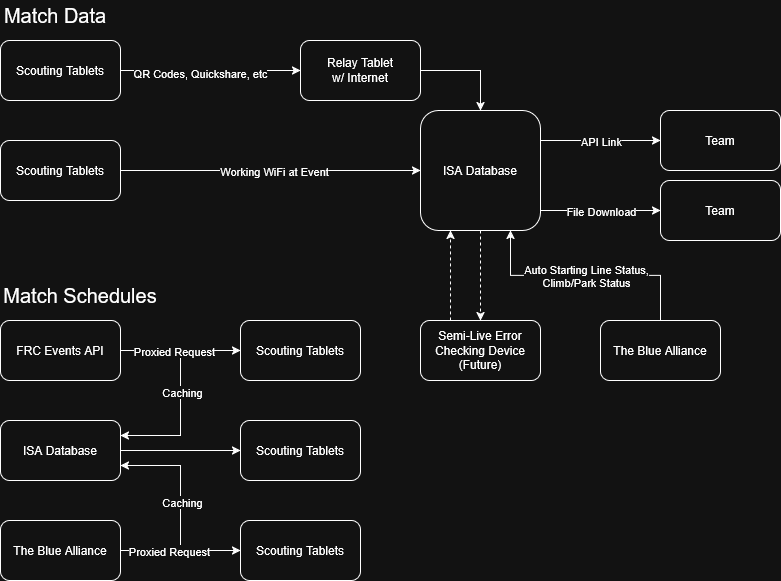
This is DataFlow.png from liujip0/scouting, a draw.io export, as it was before one commit. Source tidied: cells renumbered, new cells last; positions are measured from the earlier drawing's top-left corner, leaving out a move shared by most shapes.
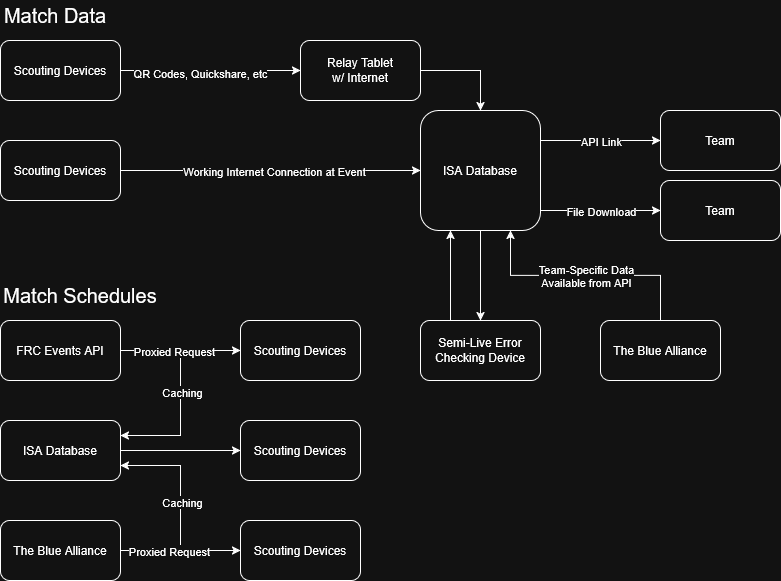
After the change.

Commit message:
update data flow graphic

The edit, as a diff of the source:
```diff
@@ -8,16 +8,16 @@
     <mxCell id="3" value="QR Codes, Quickshare, etc" style="edgeLabel;html=1;align=center;verticalAlign=middle;" parent="2" vertex="1">
       <mxGeometry x="-0.12" y="-2" relative="1" as="geometry" />
     </mxCell>
-    <mxCell id="4" value="Scouting Tablets" style="rounded=1;whiteSpace=wrap;html=1;" parent="1" vertex="1">
+    <mxCell id="4" value="Scouting Devices" style="rounded=1;whiteSpace=wrap;html=1;" parent="1" vertex="1">
       <mxGeometry y="40" width="120" height="60" as="geometry" />
     </mxCell>
     <mxCell id="5" style="rounded=0;jettySize=auto;html=1;entryX=0;entryY=0.5;entryDx=0;entryDy=0;" parent="1" edge="1" source="7" target="13">
       <mxGeometry relative="1" as="geometry" />
     </mxCell>
-    <mxCell id="6" value="Working WiFi at Event" style="edgeLabel;html=1;align=center;verticalAlign=middle;" parent="5" vertex="1">
+    <mxCell id="6" value="Working Internet Connection at Event" style="edgeLabel;html=1;align=center;verticalAlign=middle;" parent="5" vertex="1">
       <mxGeometry x="0.02" relative="1" as="geometry" />
     </mxCell>
-    <mxCell id="7" value="Scouting Tablets" style="rounded=1;whiteSpace=wrap;html=1;" parent="1" vertex="1">
+    <mxCell id="7" value="Scouting&amp;nbsp;Devices" style="rounded=1;whiteSpace=wrap;html=1;" parent="1" vertex="1">
       <mxGeometry y="140" width="120" height="60" as="geometry" />
     </mxCell>
     <mxCell id="8" style="edgeStyle=orthogonalEdgeStyle;rounded=0;jettySize=auto;html=1;entryX=0;entryY=0.5;entryDx=0;entryDy=0;" parent="1" edge="1" source="13" target="16">
@@ -42,7 +42,7 @@
     <mxCell id="11" value="File Download" style="edgeLabel;html=1;align=center;verticalAlign=middle;" parent="10" vertex="1">
       <mxGeometry relative="1" as="geometry" />
     </mxCell>
-    <mxCell id="12" style="edgeStyle=orthogonalEdgeStyle;rounded=0;jettySize=auto;html=1;exitX=0.5;exitY=1;exitDx=0;exitDy=0;entryX=0.5;entryY=0;entryDx=0;entryDy=0;dashed=1;" parent="1" edge="1" source="13" target="36">
+    <mxCell id="12" style="edgeStyle=orthogonalEdgeStyle;rounded=0;jettySize=auto;html=1;exitX=0.5;exitY=1;exitDx=0;exitDy=0;entryX=0.5;entryY=0;entryDx=0;entryDy=0;" parent="1" edge="1" source="13" target="36">
       <mxGeometry relative="1" as="geometry" />
     </mxCell>
     <mxCell id="13" value="ISA Database" style="rounded=1;whiteSpace=wrap;html=1;" parent="1" vertex="1">
@@ -118,25 +118,25 @@
     <mxCell id="31" value="ISA Database" style="rounded=1;whiteSpace=wrap;html=1;" parent="1" vertex="1">
       <mxGeometry y="420" width="120" height="60" as="geometry" />
     </mxCell>
-    <mxCell id="32" value="Scouting Tablets" style="rounded=1;whiteSpace=wrap;html=1;" parent="1" vertex="1">
+    <mxCell id="32" value="Scouting&amp;nbsp;Devices" style="rounded=1;whiteSpace=wrap;html=1;" parent="1" vertex="1">
       <mxGeometry x="240" y="320" width="120" height="60" as="geometry" />
     </mxCell>
-    <mxCell id="33" value="Scouting Tablets" style="rounded=1;whiteSpace=wrap;html=1;" parent="1" vertex="1">
+    <mxCell id="33" value="Scouting&amp;nbsp;Devices" style="rounded=1;whiteSpace=wrap;html=1;" parent="1" vertex="1">
       <mxGeometry x="240" y="420" width="120" height="60" as="geometry" />
     </mxCell>
-    <mxCell id="34" value="Scouting Tablets" style="rounded=1;whiteSpace=wrap;html=1;" parent="1" vertex="1">
+    <mxCell id="34" value="Scouting&amp;nbsp;Devices" style="rounded=1;whiteSpace=wrap;html=1;" parent="1" vertex="1">
       <mxGeometry x="240" y="520" width="120" height="60" as="geometry" />
     </mxCell>
-    <mxCell id="35" style="edgeStyle=orthogonalEdgeStyle;rounded=0;jettySize=auto;html=1;exitX=0.25;exitY=0;exitDx=0;exitDy=0;entryX=0.25;entryY=1;entryDx=0;entryDy=0;dashed=1;" parent="1" edge="1" source="36" target="13">
+    <mxCell id="35" style="edgeStyle=orthogonalEdgeStyle;rounded=0;jettySize=auto;html=1;exitX=0.25;exitY=0;exitDx=0;exitDy=0;entryX=0.25;entryY=1;entryDx=0;entryDy=0;" parent="1" edge="1" source="36" target="13">
       <mxGeometry relative="1" as="geometry" />
     </mxCell>
-    <mxCell id="36" value="&lt;div&gt;Semi-Live Error Checking Device&lt;/div&gt;&lt;div&gt;(Future)&lt;/div&gt;" style="rounded=1;whiteSpace=wrap;html=1;" parent="1" vertex="1">
+    <mxCell id="36" value="&lt;div&gt;Semi-Live Error Checking Device&lt;/div&gt;" style="rounded=1;whiteSpace=wrap;html=1;" parent="1" vertex="1">
       <mxGeometry x="420" y="320" width="120" height="60" as="geometry" />
     </mxCell>
     <mxCell id="37" style="edgeStyle=orthogonalEdgeStyle;rounded=0;jettySize=auto;html=1;exitX=0.5;exitY=0;exitDx=0;exitDy=0;entryX=0.75;entryY=1;entryDx=0;entryDy=0;" parent="1" edge="1" source="39" target="13">
       <mxGeometry relative="1" as="geometry" />
     </mxCell>
-    <mxCell id="38" value="&lt;div&gt;Auto Starting Line Status,&lt;/div&gt;&lt;div&gt;Climb/Park Status&lt;/div&gt;" style="edgeLabel;html=1;align=center;verticalAlign=middle;" parent="37" vertex="1">
+    <mxCell id="38" value="&lt;div&gt;Team-Specific Data&lt;/div&gt;&lt;div&gt;Available from API&lt;/div&gt;" style="edgeLabel;html=1;align=center;verticalAlign=middle;" parent="37" vertex="1">
       <mxGeometry relative="1" as="geometry" />
     </mxCell>
     <mxCell id="39" value="The Blue Alliance" style="rounded=1;whiteSpace=wrap;html=1;" parent="1" vertex="1">
```
